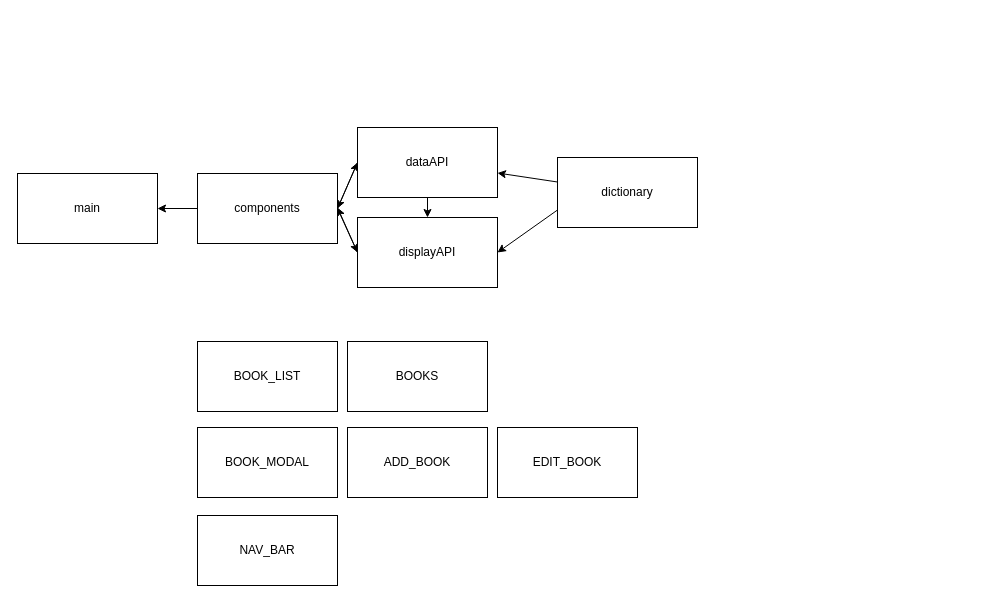
Above: page "Code Logic" (1 of 2) of assets/images/dev/logic.drawio in andodaryl/ci-project-2 (draw.io), before the change. Source tidied: cells renumbered, new cells numbered last; positions are measured from the earlier drawing's top-left corner, leaving out a move shared by most shapes. Both pictures are drawn from the tidied source at 100%, with x=0, y=0 at pixel (17, 127).
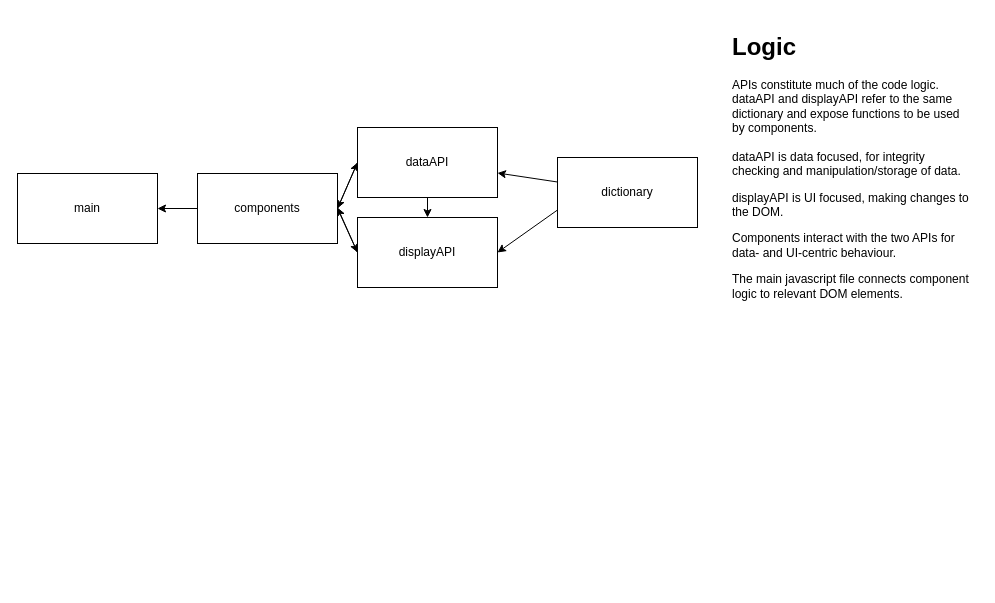
The same page after the edit.

Commit message:
Add logic description + separate page for component structure

The edit, as a diff of the source:
```diff
@@
-    <mxCell id="2" value="BOOKS" style="whiteSpace=wrap;html=1;" parent="1" vertex="1">
-      <mxGeometry x="330" y="214" width="140" height="70" as="geometry" />
-    </mxCell>
@@
-    <mxCell id="16" value="BOOK_LIST" style="whiteSpace=wrap;html=1;" parent="1" vertex="1">
-      <mxGeometry x="180" y="214" width="140" height="70" as="geometry" />
-    </mxCell>
-    <mxCell id="17" value="NAV_BAR" style="whiteSpace=wrap;html=1;" parent="1" vertex="1">
-      <mxGeometry x="180" y="388" width="140" height="70" as="geometry" />
-    </mxCell>
-    <mxCell id="18" value="BOOK_MODAL" style="whiteSpace=wrap;html=1;" parent="1" vertex="1">
-      <mxGeometry x="180" y="300" width="140" height="70" as="geometry" />
-    </mxCell>
-    <mxCell id="19" value="ADD_BOOK" style="whiteSpace=wrap;html=1;" parent="1" vertex="1">
-      <mxGeometry x="330" y="300" width="140" height="70" as="geometry" />
-    </mxCell>
-    <mxCell id="20" value="EDIT_BOOK" style="whiteSpace=wrap;html=1;" parent="1" vertex="1">
-      <mxGeometry x="480" y="300" width="140" height="70" as="geometry" />
-    </mxCell>
+    <mxCell id="21" value="&lt;h1&gt;Logic&amp;nbsp;&lt;/h1&gt;&lt;p&gt;APIs constitute much of the code logic.&lt;br&gt;dataAPI and displayAPI refer to the same dictionary and expose functions to be used by components.&lt;br&gt;&lt;br&gt;dataAPI is data focused, for integrity checking and manipulation/storage of data.&lt;/p&gt;&lt;p&gt;displayAPI is UI focused, making changes to the DOM.&lt;/p&gt;&lt;p&gt;Components interact with the two APIs for data- and UI-centric behaviour.&lt;/p&gt;&lt;p&gt;The main javascript file connects component logic to relevant DOM elements.&lt;/p&gt;" style="text;html=1;strokeColor=none;fillColor=none;spacing=5;spacingTop=-20;whiteSpace=wrap;overflow=hidden;rounded=0;" parent="1" vertex="1">
+      <mxGeometry x="710" y="-100" width="250" height="290" as="geometry" />
+    </mxCell>
```
